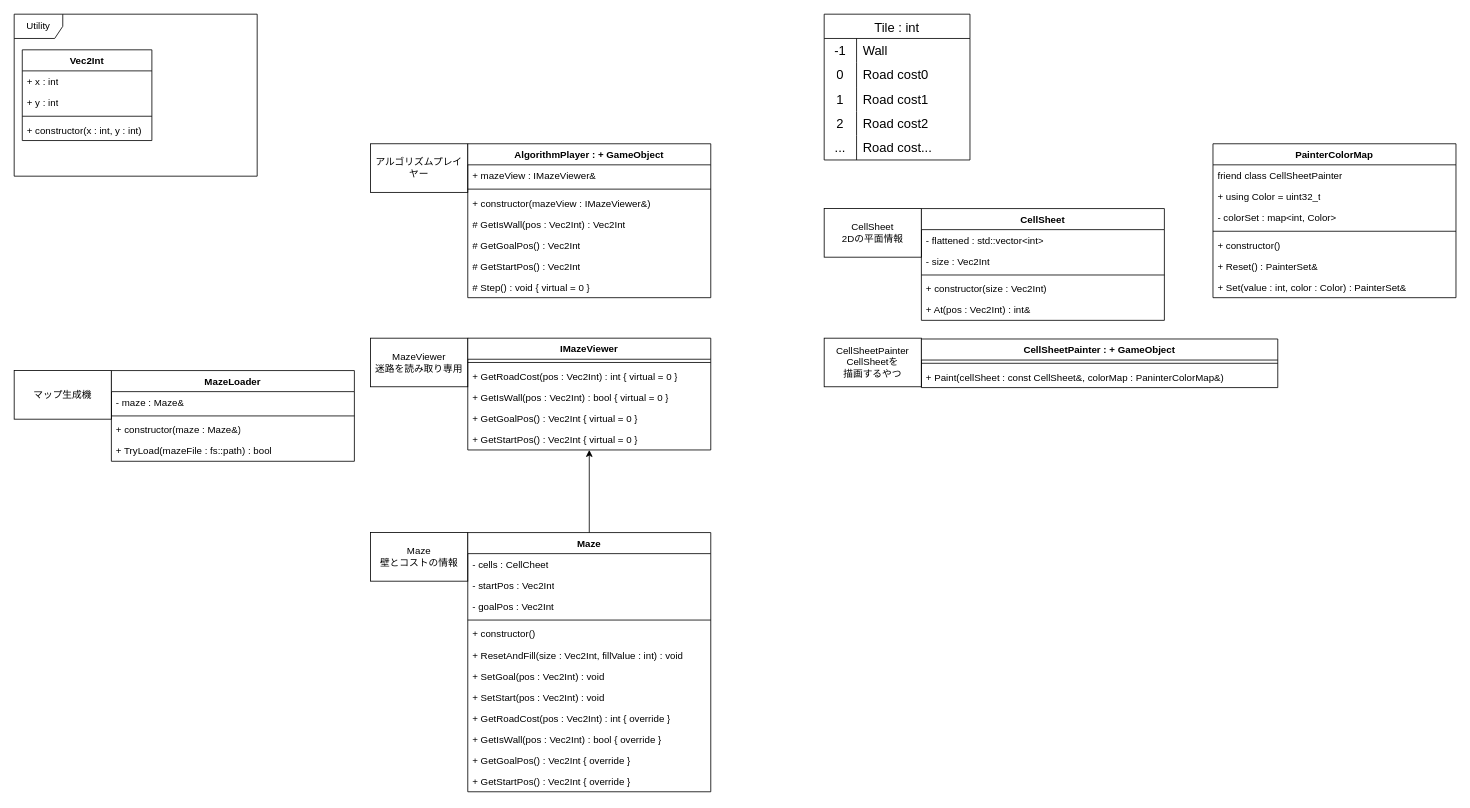
The draw.io diagram doc/アルゴシミュ仕様設計.drawio in 3doriTea/ExploringAlgorithms, before the edit. Source tidied: cells renumbered, new cells numbered last; positions are measured from the earlier drawing's top-left corner, leaving out a move shared by most shapes. Both pictures are drawn from the tidied source at 81%, with x=0, y=0 at pixel (14, 14).
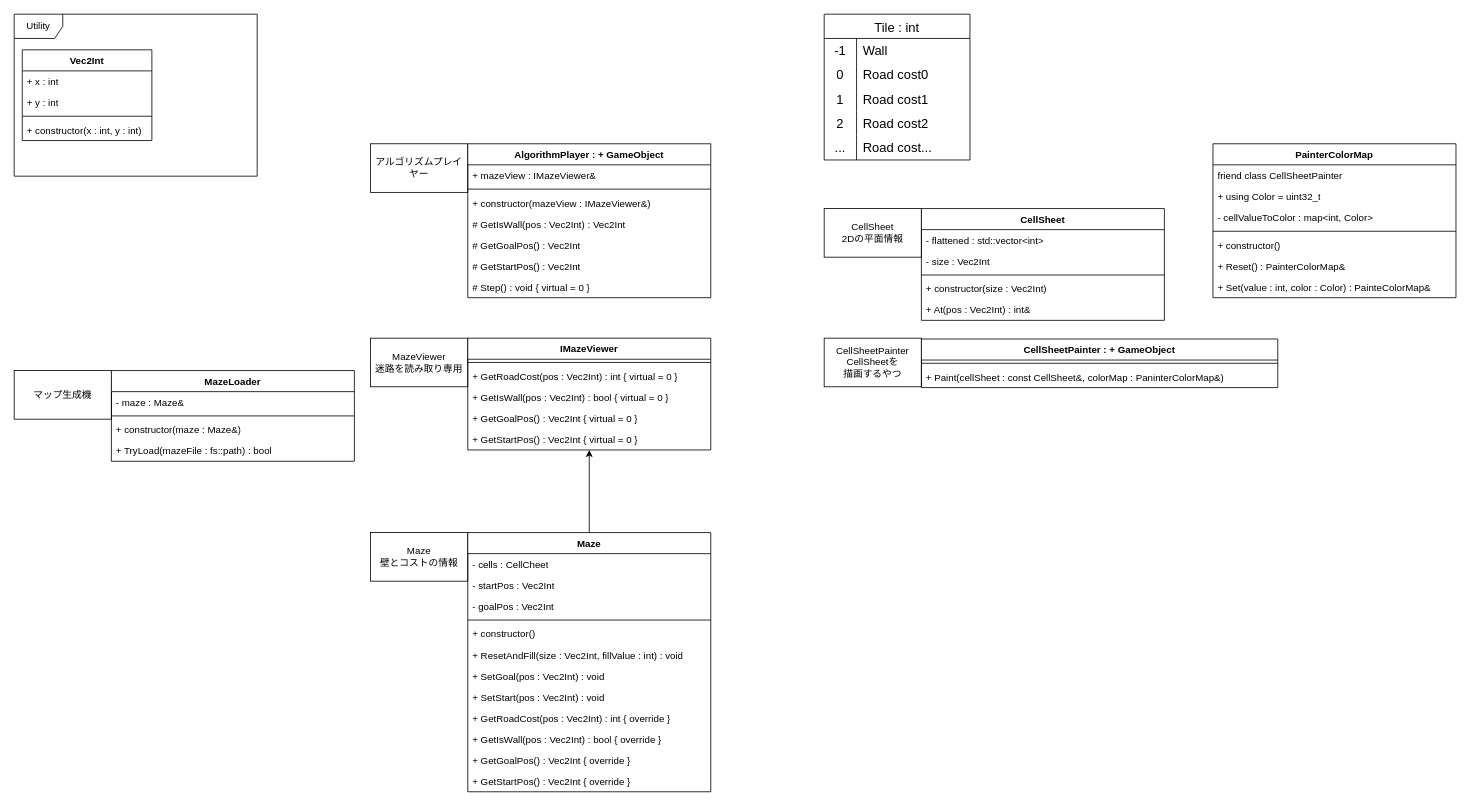
The same page after the edit.

Commit message:
アルゴシミュ仕様設計.drawio を更新します

Unchanged cells that the change refers to:
```xml
<mxCell id="72" value="PainterColorMap" style="swimlane;fontStyle=1;align=center;verticalAlign=top;horizontal=1;startSize=26;whiteSpace=wrap;html=1;" parent="1" vertex="1">
  <mxGeometry x="1480" y="160" width="300" height="190" as="geometry" />
</mxCell>
```

The edit, as a diff of the source:
```diff
@@
-    <mxCell id="75" value="- colorSet : map&amp;lt;int, Color&amp;gt;" style="text;strokeColor=none;fillColor=none;align=left;verticalAlign=top;spacingLeft=4;spacingRight=4;overflow=hidden;whiteSpace=wrap;html=1;" parent="72" vertex="1">
+    <mxCell id="75" value="- cellValueToColor : map&amp;lt;int, Color&amp;gt;" style="text;strokeColor=none;fillColor=none;align=left;verticalAlign=top;spacingLeft=4;spacingRight=4;overflow=hidden;whiteSpace=wrap;html=1;" parent="72" vertex="1">
       <mxGeometry y="78" width="300" height="26" as="geometry" />
     </mxCell>
@@
-    <mxCell id="78" value="+ Reset() : PainterSet&amp;amp;" style="text;strokeColor=none;fillColor=none;align=left;verticalAlign=top;spacingLeft=4;spacingRight=4;overflow=hidden;whiteSpace=wrap;html=1;" parent="72" vertex="1">
+    <mxCell id="78" value="+ Reset() : PainterColorMap&amp;amp;" style="text;strokeColor=none;fillColor=none;align=left;verticalAlign=top;spacingLeft=4;spacingRight=4;overflow=hidden;whiteSpace=wrap;html=1;" parent="72" vertex="1">
       <mxGeometry y="138" width="300" height="26" as="geometry" />
     </mxCell>
-    <mxCell id="79" value="+ Set(value : int, color : Color) : PainterSet&amp;amp;" style="text;strokeColor=none;fillColor=none;align=left;verticalAlign=top;spacingLeft=4;spacingRight=4;overflow=hidden;whiteSpace=wrap;html=1;" parent="72" vertex="1">
+    <mxCell id="79" value="+ Set(value : int, color : Color) : PainteColorMap&amp;amp;" style="text;strokeColor=none;fillColor=none;align=left;verticalAlign=top;spacingLeft=4;spacingRight=4;overflow=hidden;whiteSpace=wrap;html=1;" parent="72" vertex="1">
       <mxGeometry y="164" width="300" height="26" as="geometry" />
     </mxCell>
```
